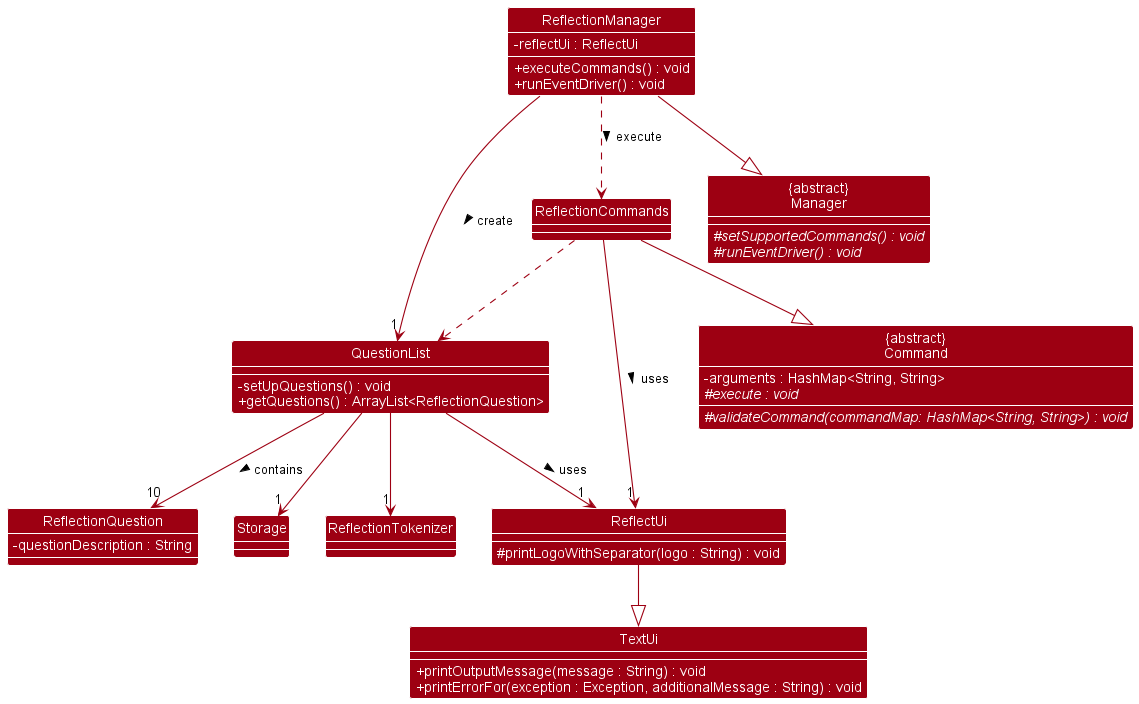
Before: docs/diagrams/ReflectionClassDiagram.png, a diagram exported from PlantUML (wenxin-c/tp).
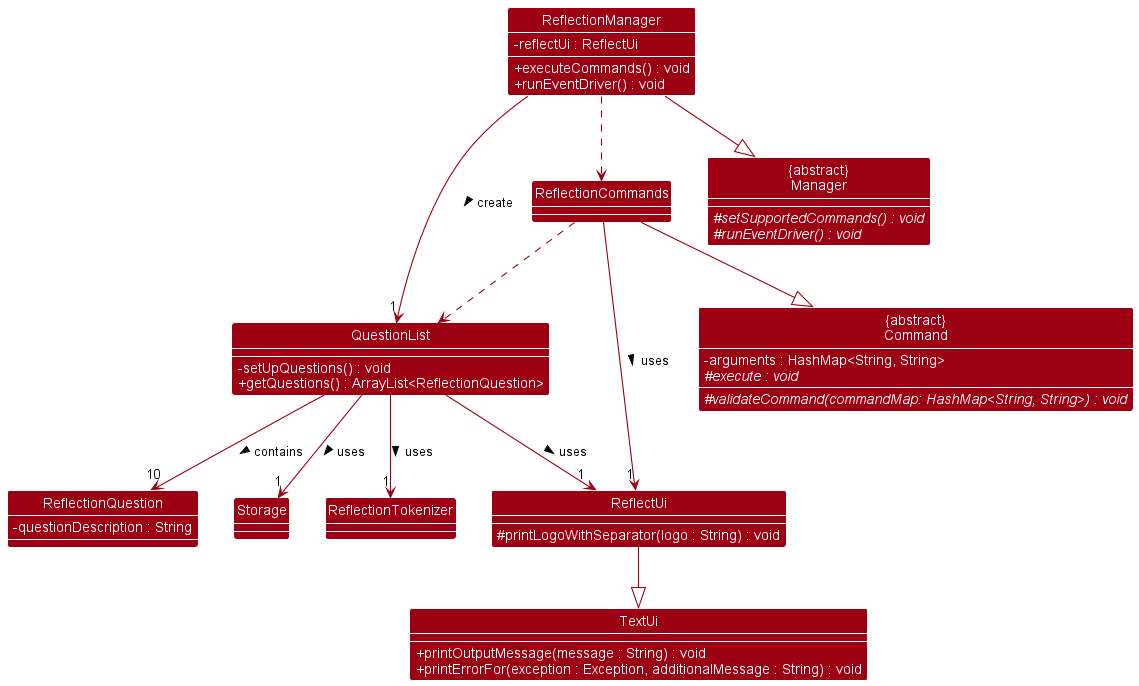
After the change.

The edit, as a diff of the source:
```diff
@@ -41,13 +41,13 @@
 
 ReflectionManager --> "1" QuestionList : create >
 ReflectionManager --|> Manager
-ReflectionManager ..> ReflectionCommands : execute >
+ReflectionManager ..> ReflectionCommands
 ReflectionCommands --> "1" ReflectUi : uses >
 ReflectionCommands ..> QuestionList
 QuestionList --> "10" ReflectionQuestion : contains >
 QuestionList --> "1" ReflectUi : uses >
-QuestionList --> "1" Storage
-QuestionList --> "1" ReflectionTokenizer
+QuestionList --> "1" Storage : uses >
+QuestionList --> "1" ReflectionTokenizer : uses >
 ReflectUi --|> TextUi
 ReflectionCommands --|> Command
 @enduml
```
